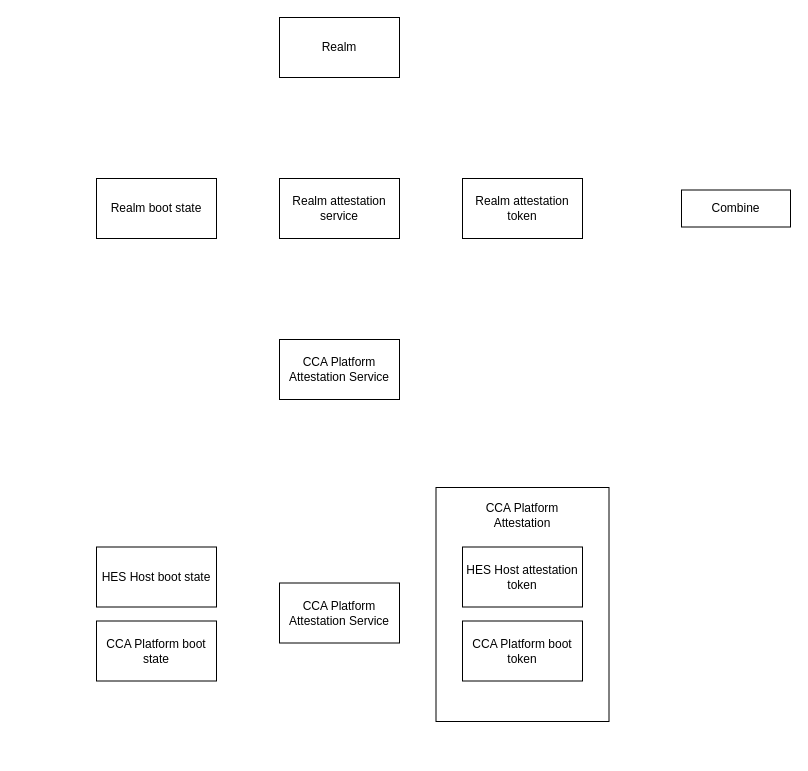
Above: attestation.drawio in EdisonE3/vue_learn (draw.io), before the change. Source tidied: cells renumbered, new cells numbered last; positions are measured from the earlier drawing's top-left corner, leaving out a move shared by most shapes. Both pictures are drawn from the tidied source at 100%, with x=0, y=0 at pixel (96, 17).
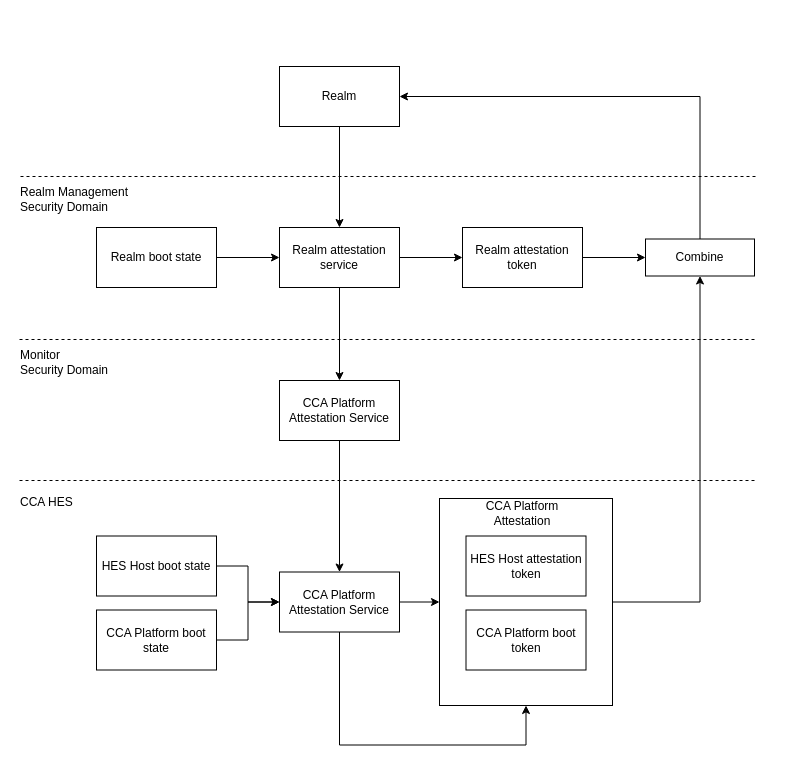
The same page after the edit.

What changed in the source:
```diff
@@
+    <mxCell id="15" style="edgeStyle=orthogonalEdgeStyle;rounded=0;jettySize=auto;html=1;exitX=1;exitY=0.5;exitDx=0;exitDy=0;entryX=0.5;entryY=1;entryDx=0;entryDy=0;" parent="1" edge="1" source="2" target="13">
+      <mxGeometry relative="1" as="geometry" />
+    </mxCell>
     <mxCell id="2" style="rounded=0;whiteSpace=wrap;html=1;fillColor=none;" parent="1" vertex="1">
-      <mxGeometry x="339.5" y="470" width="173" height="234" as="geometry" />
+      <mxGeometry x="343" y="481" width="173" height="207" as="geometry" />
     </mxCell>
+    <mxCell id="16" style="edgeStyle=orthogonalEdgeStyle;rounded=0;jettySize=auto;html=1;exitX=0.5;exitY=1;exitDx=0;exitDy=0;entryX=0.5;entryY=0;entryDx=0;entryDy=0;" parent="1" edge="1" source="3" target="5">
+      <mxGeometry relative="1" as="geometry" />
+    </mxCell>
     <mxCell id="3" value="Realm" style="rounded=0;whiteSpace=wrap;html=1;" parent="1" vertex="1">
-      <mxGeometry x="183" width="120" height="60" as="geometry" />
+      <mxGeometry x="183" y="49" width="120" height="60" as="geometry" />
     </mxCell>
+    <mxCell id="17" style="edgeStyle=orthogonalEdgeStyle;rounded=0;jettySize=auto;html=1;exitX=1;exitY=0.5;exitDx=0;exitDy=0;entryX=0;entryY=0.5;entryDx=0;entryDy=0;" parent="1" edge="1" source="4" target="5">
+      <mxGeometry relative="1" as="geometry" />
+    </mxCell>
     <mxCell id="4" value="Realm boot state" style="rounded=0;whiteSpace=wrap;html=1;" parent="1" vertex="1">
-      <mxGeometry y="161" width="120" height="60" as="geometry" />
+      <mxGeometry y="210" width="120" height="60" as="geometry" />
     </mxCell>
+    <mxCell id="18" style="edgeStyle=orthogonalEdgeStyle;rounded=0;jettySize=auto;html=1;exitX=0.5;exitY=1;exitDx=0;exitDy=0;entryX=0.5;entryY=0;entryDx=0;entryDy=0;" parent="1" edge="1" source="5" target="7">
+      <mxGeometry relative="1" as="geometry" />
+    </mxCell>
+    <mxCell id="19" style="edgeStyle=orthogonalEdgeStyle;rounded=0;jettySize=auto;html=1;exitX=1;exitY=0.5;exitDx=0;exitDy=0;entryX=0;entryY=0.5;entryDx=0;entryDy=0;" parent="1" edge="1" source="5" target="6">
+      <mxGeometry relative="1" as="geometry" />
+    </mxCell>
     <mxCell id="5" value="Realm attestation service" style="rounded=0;whiteSpace=wrap;html=1;" parent="1" vertex="1">
-      <mxGeometry x="183" y="161" width="120" height="60" as="geometry" />
+      <mxGeometry x="183" y="210" width="120" height="60" as="geometry" />
     </mxCell>
+    <mxCell id="20" style="edgeStyle=orthogonalEdgeStyle;rounded=0;jettySize=auto;html=1;exitX=1;exitY=0.5;exitDx=0;exitDy=0;entryX=0;entryY=0.5;entryDx=0;entryDy=0;" parent="1" edge="1" source="6" target="13">
+      <mxGeometry relative="1" as="geometry" />
+    </mxCell>
     <mxCell id="6" value="Realm attestation token" style="rounded=0;whiteSpace=wrap;html=1;" parent="1" vertex="1">
-      <mxGeometry x="366" y="161" width="120" height="60" as="geometry" />
+      <mxGeometry x="366" y="210" width="120" height="60" as="geometry" />
     </mxCell>
+    <mxCell id="21" style="edgeStyle=orthogonalEdgeStyle;rounded=0;jettySize=auto;html=1;exitX=0.5;exitY=1;exitDx=0;exitDy=0;entryX=0.5;entryY=0;entryDx=0;entryDy=0;" parent="1" edge="1" source="7" target="10">
+      <mxGeometry relative="1" as="geometry" />
+    </mxCell>
     <mxCell id="7" value="CCA Platform Attestation Service" style="rounded=0;whiteSpace=wrap;html=1;" parent="1" vertex="1">
-      <mxGeometry x="183" y="322" width="120" height="60" as="geometry" />
+      <mxGeometry x="183" y="363" width="120" height="60" as="geometry" />
     </mxCell>
+    <mxCell id="22" style="edgeStyle=orthogonalEdgeStyle;rounded=0;jettySize=auto;html=1;exitX=1;exitY=0.5;exitDx=0;exitDy=0;entryX=0;entryY=0.5;entryDx=0;entryDy=0;" parent="1" edge="1" source="8" target="10">
+      <mxGeometry relative="1" as="geometry" />
+    </mxCell>
     <mxCell id="8" value="HES Host boot state" style="rounded=0;whiteSpace=wrap;html=1;" parent="1" vertex="1">
-      <mxGeometry y="529.5" width="120" height="60" as="geometry" />
+      <mxGeometry y="518.5" width="120" height="60" as="geometry" />
     </mxCell>
+    <mxCell id="23" style="edgeStyle=orthogonalEdgeStyle;rounded=0;jettySize=auto;html=1;exitX=1;exitY=0.5;exitDx=0;exitDy=0;entryX=0;entryY=0.5;entryDx=0;entryDy=0;" parent="1" edge="1" source="9" target="10">
+      <mxGeometry relative="1" as="geometry" />
+    </mxCell>
     <mxCell id="9" value="CCA Platform boot state" style="rounded=0;whiteSpace=wrap;html=1;" parent="1" vertex="1">
-      <mxGeometry y="603.5" width="120" height="60" as="geometry" />
+      <mxGeometry y="592.5" width="120" height="60" as="geometry" />
     </mxCell>
+    <mxCell id="24" style="edgeStyle=orthogonalEdgeStyle;rounded=0;jettySize=auto;html=1;exitX=1;exitY=0.5;exitDx=0;exitDy=0;entryX=0;entryY=0.5;entryDx=0;entryDy=0;" parent="1" edge="1" source="10" target="2">
+      <mxGeometry relative="1" as="geometry" />
+    </mxCell>
+    <mxCell id="25" style="edgeStyle=orthogonalEdgeStyle;rounded=0;jettySize=auto;html=1;exitX=0.5;exitY=1;exitDx=0;exitDy=0;entryX=0.5;entryY=1;entryDx=0;entryDy=0;" parent="1" edge="1" source="10" target="2">
+      <mxGeometry relative="1" as="geometry">
+        <Array as="points">
+          <mxPoint x="243" y="727.5" />
+          <mxPoint x="430" y="727.5" />
+        </Array>
+      </mxGeometry>
+    </mxCell>
     <mxCell id="10" value="CCA Platform Attestation Service" style="rounded=0;whiteSpace=wrap;html=1;" parent="1" vertex="1">
-      <mxGeometry x="183" y="565.5" width="120" height="60" as="geometry" />
+      <mxGeometry x="183" y="554.5" width="120" height="60" as="geometry" />
     </mxCell>
     <mxCell id="11" value="HES Host attestation token" style="rounded=0;whiteSpace=wrap;html=1;" parent="1" vertex="1">
-      <mxGeometry x="366" y="529.5" width="120" height="60" as="geometry" />
+      <mxGeometry x="369.5" y="518.5" width="120" height="60" as="geometry" />
     </mxCell>
     <mxCell id="12" value="&lt;span style=&quot;&quot;&gt;CCA Platform boot token&lt;/span&gt;" style="rounded=0;whiteSpace=wrap;html=1;" parent="1" vertex="1">
-      <mxGeometry x="366" y="603.5" width="120" height="60" as="geometry" />
+      <mxGeometry x="369.5" y="592.5" width="120" height="60" as="geometry" />
     </mxCell>
+    <mxCell id="26" style="edgeStyle=orthogonalEdgeStyle;rounded=0;jettySize=auto;html=1;exitX=0.5;exitY=0;exitDx=0;exitDy=0;entryX=1;entryY=0.5;entryDx=0;entryDy=0;" parent="1" edge="1" source="13" target="3">
+      <mxGeometry relative="1" as="geometry" />
+    </mxCell>
     <mxCell id="13" value="Combine" style="rounded=0;whiteSpace=wrap;html=1;" parent="1" vertex="1">
-      <mxGeometry x="585" y="172.5" width="109" height="37" as="geometry" />
+      <mxGeometry x="549" y="221.5" width="109" height="37" as="geometry" />
     </mxCell>
     <mxCell id="14" value="CCA Platform Attestation" style="text;html=1;strokeColor=none;fillColor=none;align=center;verticalAlign=middle;whiteSpace=wrap;rounded=0;" parent="1" vertex="1">
-      <mxGeometry x="386" y="483" width="80" height="30" as="geometry" />
+      <mxGeometry x="386" y="481" width="80" height="30" as="geometry" />
     </mxCell>
+    <mxCell id="27" style="endArrow=none;dashed=1;html=1;rounded=0;" parent="1" edge="1">
+      <mxGeometry relative="1" as="geometry">
+        <mxPoint x="658" y="463" as="sourcePoint" />
+        <mxPoint x="-79" y="463" as="targetPoint" />
+      </mxGeometry>
+    </mxCell>
+    <mxCell id="28" style="endArrow=none;dashed=1;html=1;rounded=0;" parent="1" edge="1">
+      <mxGeometry relative="1" as="geometry">
+        <mxPoint x="659" y="159" as="sourcePoint" />
+        <mxPoint x="-79" y="159" as="targetPoint" />
+      </mxGeometry>
+    </mxCell>
+    <mxCell id="29" style="endArrow=none;dashed=1;html=1;rounded=0;" parent="1" edge="1">
+      <mxGeometry relative="1" as="geometry">
+        <mxPoint x="658" y="322" as="sourcePoint" />
+        <mxPoint x="-79" y="322" as="targetPoint" />
+      </mxGeometry>
+    </mxCell>
+    <mxCell id="30" value="Realm Management Security Domain" style="text;html=1;strokeColor=none;fillColor=none;align=left;verticalAlign=middle;whiteSpace=wrap;rounded=0;" parent="1" vertex="1">
+      <mxGeometry x="-78" y="167" width="142" height="30" as="geometry" />
+    </mxCell>
+    <mxCell id="31" value="Monitor &lt;br&gt;Security Domain" style="text;html=1;strokeColor=none;fillColor=none;align=left;verticalAlign=middle;whiteSpace=wrap;rounded=0;" parent="1" vertex="1">
+      <mxGeometry x="-78" y="330" width="97" height="30" as="geometry" />
+    </mxCell>
+    <mxCell id="32" value="CCA HES" style="text;html=1;strokeColor=none;fillColor=none;align=left;verticalAlign=middle;whiteSpace=wrap;rounded=0;" parent="1" vertex="1">
+      <mxGeometry x="-78" y="470" width="97" height="30" as="geometry" />
+    </mxCell>
```
